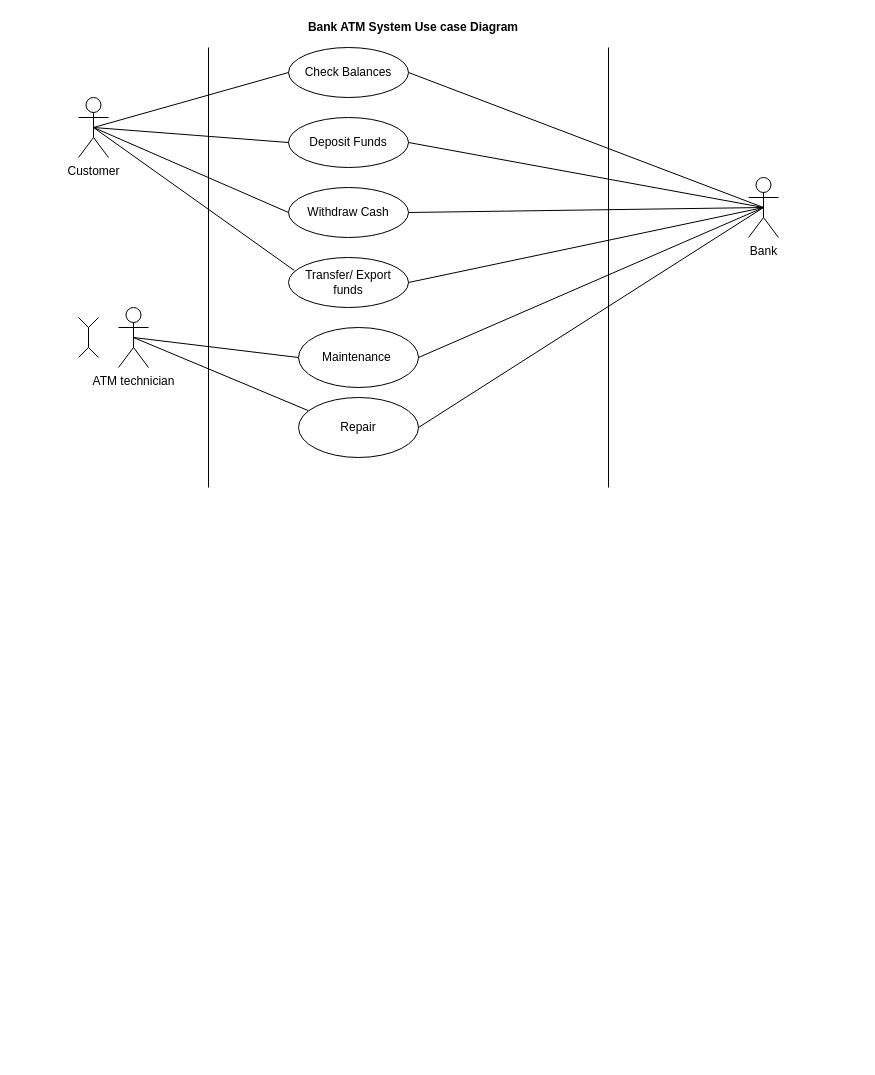
This is Untitled Diagram.drawio from TheAmazingWorldofGumball/WebCraft, a draw.io file, before an edit. Source tidied: cells renumbered, new cells numbered last; positions are measured from the earlier drawing's top-left corner, leaving out a move shared by most shapes. Both pictures are drawn from the tidied source at 100%, with x=0, y=0 at pixel (78, 17).
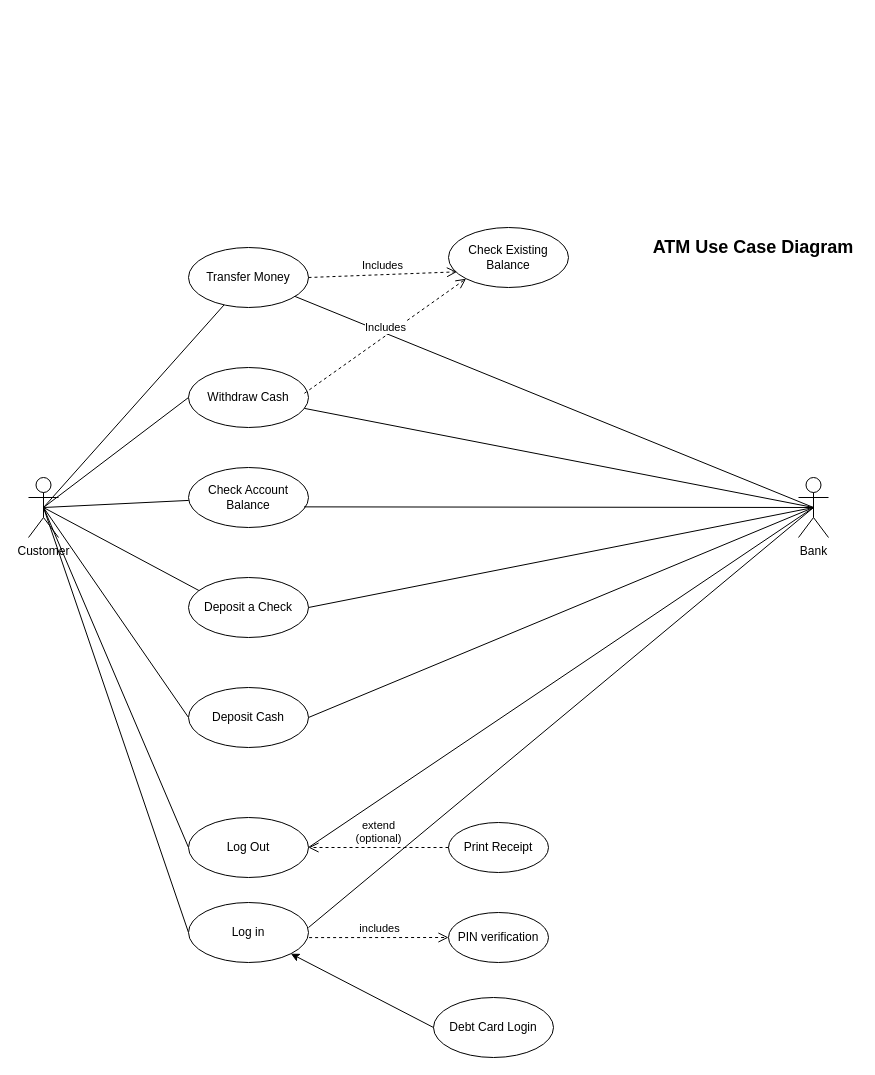
Above is the later version.

Change to the diagram source:
```diff
@@
     <mxCell id="2" value="Customer" style="shape=umlActor;verticalLabelPosition=bottom;verticalAlign=top;html=1;outlineConnect=0;" parent="1" vertex="1">
-      <mxGeometry y="80" width="30" height="60" as="geometry" />
+      <mxGeometry x="-50" y="460" width="30" height="60" as="geometry" />
     </mxCell>
-    <mxCell id="3" value="ATM technician" style="shape=umlActor;verticalLabelPosition=bottom;verticalAlign=top;html=1;outlineConnect=0;" parent="1" vertex="1">
-      <mxGeometry x="40" y="290" width="30" height="60" as="geometry" />
-    </mxCell>
+    <mxCell id="31" style="endArrow=none;html=1;exitX=0.5;exitY=0.5;exitDx=0;exitDy=0;exitPerimeter=0;" parent="1" edge="1" source="2" target="32">
+      <mxGeometry relative="1" as="geometry" />
+    </mxCell>
+    <mxCell id="32" value="Transfer Money" style="ellipse;whiteSpace=wrap;html=1;" parent="1" vertex="1">
+      <mxGeometry x="110" y="230" width="120" height="60" as="geometry" />
+    </mxCell>
+    <mxCell id="33" value="Check Existing Balance" style="ellipse;whiteSpace=wrap;html=1;" parent="1" vertex="1">
+      <mxGeometry x="370" y="210" width="120" height="60" as="geometry" />
+    </mxCell>
+    <mxCell id="21" value="Withdraw Cash" style="ellipse;whiteSpace=wrap;html=1;" parent="1" vertex="1">
+      <mxGeometry x="110" y="350" width="120" height="60" as="geometry" />
+    </mxCell>
     <mxCell id="4" value="Bank" style="shape=umlActor;verticalLabelPosition=bottom;verticalAlign=top;html=1;outlineConnect=0;" parent="1" vertex="1">
-      <mxGeometry x="670" y="160" width="30" height="60" as="geometry" />
+      <mxGeometry x="720" y="460" width="30" height="60" as="geometry" />
     </mxCell>
-    <mxCell id="5" style="endArrow=none;html=1;entryX=0;entryY=0.5;entryDx=0;entryDy=0;exitX=0.5;exitY=0.5;exitDx=0;exitDy=0;exitPerimeter=0;" parent="1" edge="1" source="3" target="7">
-      <mxGeometry relative="1" as="geometry" />
-    </mxCell>
-    <mxCell id="6" style="endArrow=none;html=1;entryX=0.083;entryY=0.22;entryDx=0;entryDy=0;entryPerimeter=0;exitX=0.5;exitY=0.5;exitDx=0;exitDy=0;exitPerimeter=0;" parent="1" edge="1" source="3" target="8">
-      <mxGeometry relative="1" as="geometry" />
-    </mxCell>
-    <mxCell id="7" value="Maintenance&amp;nbsp;" style="ellipse;whiteSpace=wrap;html=1;" parent="1" vertex="1">
-      <mxGeometry x="220" y="310" width="120" height="60" as="geometry" />
-    </mxCell>
-    <mxCell id="8" value="Repair" style="ellipse;whiteSpace=wrap;html=1;" parent="1" vertex="1">
-      <mxGeometry x="220" y="380" width="120" height="60" as="geometry" />
-    </mxCell>
-    <mxCell id="9" style="endArrow=none;html=1;exitX=1;exitY=0.5;exitDx=0;exitDy=0;entryX=0.5;entryY=0.5;entryDx=0;entryDy=0;entryPerimeter=0;" parent="1" edge="1" source="8" target="4">
-      <mxGeometry relative="1" as="geometry" />
-    </mxCell>
-    <mxCell id="10" style="endArrow=none;html=1;exitX=1;exitY=0.5;exitDx=0;exitDy=0;entryX=0.5;entryY=0.5;entryDx=0;entryDy=0;entryPerimeter=0;" parent="1" edge="1" source="7" target="4">
-      <mxGeometry relative="1" as="geometry" />
-    </mxCell>
-    <mxCell id="11" style="endArrow=none;html=1;" parent="1" edge="1">
-      <mxGeometry relative="1" as="geometry">
-        <mxPoint x="130" y="470" as="sourcePoint" />
-        <mxPoint x="130" y="30" as="targetPoint" />
-      </mxGeometry>
-    </mxCell>
-    <mxCell id="12" style="endArrow=none;html=1;" parent="1" edge="1">
-      <mxGeometry relative="1" as="geometry">
-        <mxPoint x="530" y="470" as="sourcePoint" />
-        <mxPoint x="530" y="30" as="targetPoint" />
-      </mxGeometry>
-    </mxCell>
-    <mxCell id="13" style="endArrow=none;html=1;" parent="1" edge="1">
-      <mxGeometry relative="1" as="geometry">
-        <mxPoint x="10" y="310" as="sourcePoint" />
-        <mxPoint x="10" y="330" as="targetPoint" />
-      </mxGeometry>
-    </mxCell>
-    <mxCell id="14" style="endArrow=none;html=1;" parent="1" edge="1">
-      <mxGeometry relative="1" as="geometry">
-        <mxPoint x="10" y="310" as="sourcePoint" />
-        <mxPoint x="20" y="300" as="targetPoint" />
-      </mxGeometry>
-    </mxCell>
-    <mxCell id="15" style="endArrow=none;html=1;" parent="1" edge="1">
-      <mxGeometry relative="1" as="geometry">
-        <mxPoint y="300" as="sourcePoint" />
-        <mxPoint x="10" y="310" as="targetPoint" />
-      </mxGeometry>
-    </mxCell>
-    <mxCell id="16" style="endArrow=none;html=1;" parent="1" edge="1">
-      <mxGeometry relative="1" as="geometry">
-        <mxPoint x="10" y="330" as="sourcePoint" />
-        <mxPoint x="20" y="340" as="targetPoint" />
-      </mxGeometry>
-    </mxCell>
-    <mxCell id="17" style="endArrow=none;html=1;" parent="1" edge="1">
-      <mxGeometry relative="1" as="geometry">
-        <mxPoint y="340" as="sourcePoint" />
-        <mxPoint x="10" y="330" as="targetPoint" />
-      </mxGeometry>
-    </mxCell>
-    <mxCell id="18" value="&lt;b&gt;Bank ATM System Use case Diagram&lt;/b&gt;" style="text;html=1;strokeColor=none;fillColor=none;align=center;verticalAlign=middle;whiteSpace=wrap;rounded=0;" parent="1" vertex="1">
-      <mxGeometry x="100" width="470" height="20" as="geometry" />
-    </mxCell>
-    <mxCell id="19" value="Check Balances" style="ellipse;whiteSpace=wrap;html=1;" parent="1" vertex="1">
-      <mxGeometry x="210" y="30" width="120" height="50" as="geometry" />
-    </mxCell>
-    <mxCell id="20" value="Deposit Funds" style="ellipse;whiteSpace=wrap;html=1;" parent="1" vertex="1">
-      <mxGeometry x="210" y="100" width="120" height="50" as="geometry" />
-    </mxCell>
-    <mxCell id="21" value="Withdraw Cash" style="ellipse;whiteSpace=wrap;html=1;" parent="1" vertex="1">
-      <mxGeometry x="210" y="170" width="120" height="50" as="geometry" />
-    </mxCell>
-    <mxCell id="22" value="Transfer/ Export funds" style="ellipse;whiteSpace=wrap;html=1;" parent="1" vertex="1">
-      <mxGeometry x="210" y="240" width="120" height="50" as="geometry" />
-    </mxCell>
-    <mxCell id="23" style="endArrow=none;html=1;exitX=0.5;exitY=0.5;exitDx=0;exitDy=0;exitPerimeter=0;entryX=0;entryY=0.5;entryDx=0;entryDy=0;" parent="1" edge="1" source="2" target="19">
-      <mxGeometry relative="1" as="geometry" />
-    </mxCell>
-    <mxCell id="24" style="endArrow=none;html=1;exitX=0.5;exitY=0.5;exitDx=0;exitDy=0;exitPerimeter=0;entryX=0;entryY=0.5;entryDx=0;entryDy=0;" parent="1" edge="1" source="2" target="20">
-      <mxGeometry relative="1" as="geometry" />
-    </mxCell>
+    <mxCell id="34" style="endArrow=none;html=1;entryX=0.5;entryY=0.5;entryDx=0;entryDy=0;entryPerimeter=0;" parent="1" edge="1" source="32" target="4">
+      <mxGeometry relative="1" as="geometry" />
+    </mxCell>
@@
-    <mxCell id="26" style="endArrow=none;html=1;exitX=0.5;exitY=0.5;exitDx=0;exitDy=0;exitPerimeter=0;entryX=0.049;entryY=0.26;entryDx=0;entryDy=0;entryPerimeter=0;" parent="1" edge="1" source="2" target="22">
-      <mxGeometry relative="1" as="geometry" />
-    </mxCell>
-    <mxCell id="27" style="endArrow=none;html=1;entryX=0.5;entryY=0.5;entryDx=0;entryDy=0;entryPerimeter=0;exitX=1;exitY=0.5;exitDx=0;exitDy=0;" parent="1" edge="1" source="19" target="4">
-      <mxGeometry relative="1" as="geometry" />
-    </mxCell>
-    <mxCell id="28" style="endArrow=none;html=1;entryX=0.5;entryY=0.5;entryDx=0;entryDy=0;entryPerimeter=0;exitX=1;exitY=0.5;exitDx=0;exitDy=0;" parent="1" edge="1" source="20" target="4">
-      <mxGeometry relative="1" as="geometry" />
-    </mxCell>
-    <mxCell id="29" style="endArrow=none;html=1;entryX=0.5;entryY=0.5;entryDx=0;entryDy=0;entryPerimeter=0;exitX=1;exitY=0.5;exitDx=0;exitDy=0;" parent="1" edge="1" source="21" target="4">
+    <mxCell id="29" style="endArrow=none;html=1;entryX=0.5;entryY=0.5;entryDx=0;entryDy=0;entryPerimeter=0;" parent="1" edge="1" source="21" target="4">
       <mxGeometry relative="1" as="geometry" />
     </mxCell>
-    <mxCell id="30" style="endArrow=none;html=1;entryX=0.5;entryY=0.5;entryDx=0;entryDy=0;entryPerimeter=0;exitX=1;exitY=0.5;exitDx=0;exitDy=0;" parent="1" edge="1" source="22" target="4">
-      <mxGeometry relative="1" as="geometry" />
-    </mxCell>
+    <mxCell id="35" value="Check Account Balance" style="ellipse;whiteSpace=wrap;html=1;" parent="1" vertex="1">
+      <mxGeometry x="110" y="450" width="120" height="60" as="geometry" />
+    </mxCell>
+    <mxCell id="36" style="endArrow=none;html=1;entryX=0.5;entryY=0.5;entryDx=0;entryDy=0;entryPerimeter=0;exitX=0.963;exitY=0.656;exitDx=0;exitDy=0;exitPerimeter=0;" parent="1" edge="1" source="35" target="4">
+      <mxGeometry relative="1" as="geometry" />
+    </mxCell>
+    <mxCell id="37" style="endArrow=none;html=1;exitX=0.5;exitY=0.5;exitDx=0;exitDy=0;exitPerimeter=0;entryX=0;entryY=0.5;entryDx=0;entryDy=0;" parent="1" edge="1" source="2" target="38">
+      <mxGeometry relative="1" as="geometry" />
+    </mxCell>
+    <mxCell id="38" value="Log Out" style="ellipse;whiteSpace=wrap;html=1;" parent="1" vertex="1">
+      <mxGeometry x="110" y="800" width="120" height="60" as="geometry" />
+    </mxCell>
+    <mxCell id="39" value="Print Receipt" style="ellipse;whiteSpace=wrap;html=1;" parent="1" vertex="1">
+      <mxGeometry x="370" y="805" width="100" height="50" as="geometry" />
+    </mxCell>
+    <mxCell id="40" style="endArrow=none;html=1;exitX=0.5;exitY=0.5;exitDx=0;exitDy=0;exitPerimeter=0;entryX=0.095;entryY=0.226;entryDx=0;entryDy=0;entryPerimeter=0;" parent="1" edge="1" source="2" target="41">
+      <mxGeometry relative="1" as="geometry" />
+    </mxCell>
+    <mxCell id="41" value="Deposit a Check" style="ellipse;whiteSpace=wrap;html=1;" parent="1" vertex="1">
+      <mxGeometry x="110" y="560" width="120" height="60" as="geometry" />
+    </mxCell>
+    <mxCell id="42" style="endArrow=none;html=1;exitX=1;exitY=0.5;exitDx=0;exitDy=0;entryX=0.5;entryY=0.5;entryDx=0;entryDy=0;entryPerimeter=0;" parent="1" edge="1" source="41" target="4">
+      <mxGeometry relative="1" as="geometry" />
+    </mxCell>
+    <mxCell id="43" style="endArrow=none;html=1;exitX=0.5;exitY=0.5;exitDx=0;exitDy=0;exitPerimeter=0;entryX=0;entryY=0.5;entryDx=0;entryDy=0;" parent="1" edge="1" source="2" target="44">
+      <mxGeometry relative="1" as="geometry" />
+    </mxCell>
+    <mxCell id="44" value="Deposit Cash" style="ellipse;whiteSpace=wrap;html=1;" parent="1" vertex="1">
+      <mxGeometry x="110" y="670" width="120" height="60" as="geometry" />
+    </mxCell>
+    <mxCell id="45" style="endArrow=none;html=1;entryX=0.5;entryY=0.5;entryDx=0;entryDy=0;entryPerimeter=0;exitX=1;exitY=0.5;exitDx=0;exitDy=0;" parent="1" edge="1" source="44" target="4">
+      <mxGeometry relative="1" as="geometry" />
+    </mxCell>
+    <mxCell id="46" style="endArrow=none;html=1;exitX=0.5;exitY=0.5;exitDx=0;exitDy=0;exitPerimeter=0;entryX=0;entryY=0.5;entryDx=0;entryDy=0;" parent="1" edge="1" source="2" target="47">
+      <mxGeometry relative="1" as="geometry" />
+    </mxCell>
+    <mxCell id="47" value="Log in" style="ellipse;whiteSpace=wrap;html=1;" parent="1" vertex="1">
+      <mxGeometry x="110" y="885" width="120" height="60" as="geometry" />
+    </mxCell>
+    <mxCell id="48" style="endArrow=none;html=1;entryX=0.5;entryY=0.5;entryDx=0;entryDy=0;entryPerimeter=0;" parent="1" edge="1" target="4">
+      <mxGeometry relative="1" as="geometry">
+        <mxPoint x="230" y="910" as="sourcePoint" />
+      </mxGeometry>
+    </mxCell>
+    <mxCell id="49" value="Debt Card Login" style="ellipse;whiteSpace=wrap;html=1;" parent="1" vertex="1">
+      <mxGeometry x="355" y="980" width="120" height="60" as="geometry" />
+    </mxCell>
+    <mxCell id="50" value="&lt;b&gt;&lt;font style=&quot;font-size: 18px&quot;&gt;ATM Use Case Diagram&lt;/font&gt;&lt;/b&gt;" style="text;html=1;strokeColor=none;fillColor=none;align=center;verticalAlign=middle;whiteSpace=wrap;rounded=0;" parent="1" vertex="1">
+      <mxGeometry x="570" y="160" width="210" height="140" as="geometry" />
+    </mxCell>
+    <mxCell id="51" style="endArrow=none;html=1;exitX=0.5;exitY=0.5;exitDx=0;exitDy=0;exitPerimeter=0;" parent="1" edge="1" source="2" target="35">
+      <mxGeometry relative="1" as="geometry" />
+    </mxCell>
+    <mxCell id="52" style="endArrow=none;html=1;exitX=1;exitY=0.5;exitDx=0;exitDy=0;entryX=0.5;entryY=0.5;entryDx=0;entryDy=0;entryPerimeter=0;" parent="1" edge="1" source="38" target="4">
+      <mxGeometry relative="1" as="geometry" />
+    </mxCell>
+    <mxCell id="53" value="PIN verification" style="ellipse;whiteSpace=wrap;html=1;" parent="1" vertex="1">
+      <mxGeometry x="370" y="895" width="100" height="50" as="geometry" />
+    </mxCell>
+    <mxCell id="54" style="endArrow=classic;html=1;exitX=0;exitY=0.5;exitDx=0;exitDy=0;entryX=1;entryY=1;entryDx=0;entryDy=0;" parent="1" edge="1" source="49" target="47">
+      <mxGeometry relative="1" as="geometry" />
+    </mxCell>
+    <mxCell id="55" value="includes" style="html=1;verticalAlign=bottom;endArrow=open;dashed=1;endSize=8;exitX=1.005;exitY=0.585;exitDx=0;exitDy=0;exitPerimeter=0;entryX=0;entryY=0.5;entryDx=0;entryDy=0;" parent="1" edge="1" source="47" target="53">
+      <mxGeometry relative="1" as="geometry" />
+    </mxCell>
+    <mxCell id="56" value="extend&lt;br&gt;(optional)" style="html=1;verticalAlign=bottom;endArrow=open;dashed=1;endSize=8;exitX=0;exitY=0.5;exitDx=0;exitDy=0;entryX=1;entryY=0.5;entryDx=0;entryDy=0;" parent="1" edge="1" source="39" target="38">
+      <mxGeometry relative="1" as="geometry" />
+    </mxCell>
+    <mxCell id="57" value="Includes" style="html=1;verticalAlign=bottom;endArrow=open;dashed=1;endSize=8;exitX=0.966;exitY=0.43;exitDx=0;exitDy=0;exitPerimeter=0;entryX=0;entryY=1;entryDx=0;entryDy=0;" parent="1" edge="1" source="21" target="33">
+      <mxGeometry relative="1" as="geometry" />
+    </mxCell>
+    <mxCell id="58" value="Includes" style="html=1;verticalAlign=bottom;endArrow=open;dashed=1;endSize=8;exitX=1;exitY=0.5;exitDx=0;exitDy=0;entryX=0.071;entryY=0.739;entryDx=0;entryDy=0;entryPerimeter=0;" parent="1" edge="1" source="32" target="33">
+      <mxGeometry relative="1" as="geometry" />
+    </mxCell>
```
